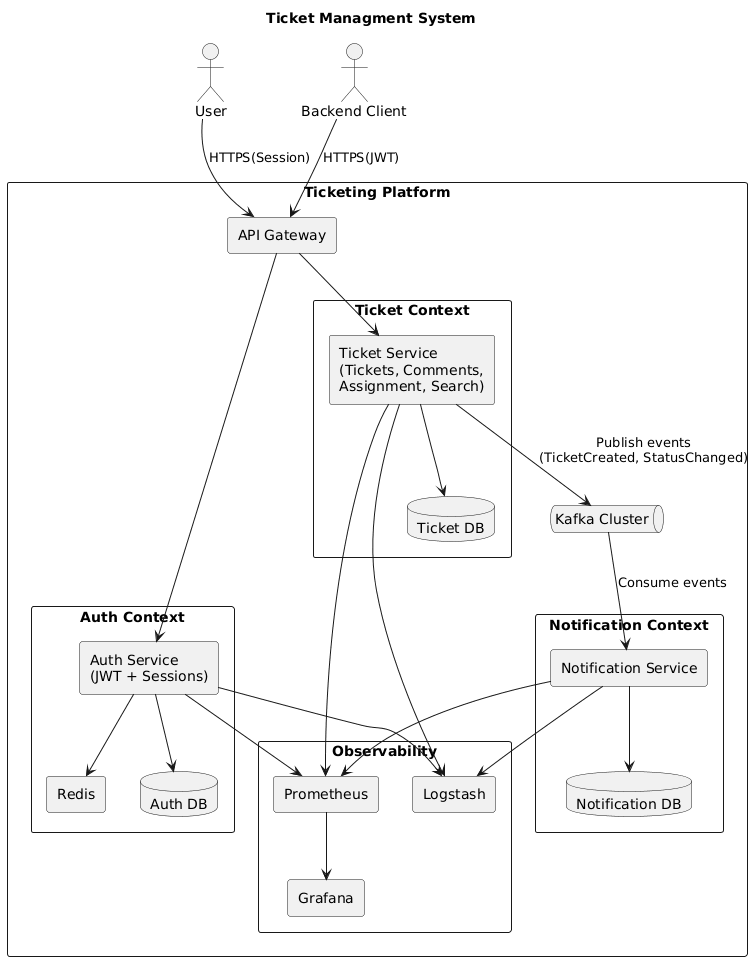
Earlier version of the PlantUML export ArchitecturalDiagrams/images/ArchitecturalDiagramForMVP.png (Development-Team-4/Documentation). Source of this version:
```plantuml
@startuml
title Ticket Managment System

skinparam componentStyle rectangle
skinparam shadowing false
skinparam packageStyle rectangle

actor User
actor "Backend Client" as S2S

rectangle "Ticketing Platform" {

  rectangle "API Gateway" as Gateway

  package "Auth Context" {
    component "Auth Service\n(JWT + Sessions)" as AuthService
    database "Auth DB" as AuthDB
    component "Redis" as Redis
  }

  package "Ticket Context" {
    component "Ticket Service\n(Tickets, Comments,\nAssignment, Search)" as TicketService
    database "Ticket DB" as TicketDB
  }

  package "Notification Context" {
    component "Notification Service" as NotificationService
    database "Notification DB" as NotificationDB
  }

  queue "Kafka Cluster" as Kafka

  package "Observability" {
    component "Logstash"
    component "Prometheus"
    component "Grafana"
  }
}

User --> Gateway : HTTPS(Session)
S2S --> Gateway : HTTPS(JWT)

Gateway --> AuthService
Gateway --> TicketService

AuthService --> AuthDB
AuthService --> Redis

TicketService --> TicketDB
TicketService --> Kafka : Publish events\n(TicketCreated, StatusChanged)

Kafka --> NotificationService : Consume events
NotificationService --> NotificationDB

AuthService --> Logstash
TicketService --> Logstash
NotificationService --> Logstash

AuthService --> Prometheus
TicketService --> Prometheus
NotificationService --> Prometheus

Prometheus --> Grafana
@enduml
```
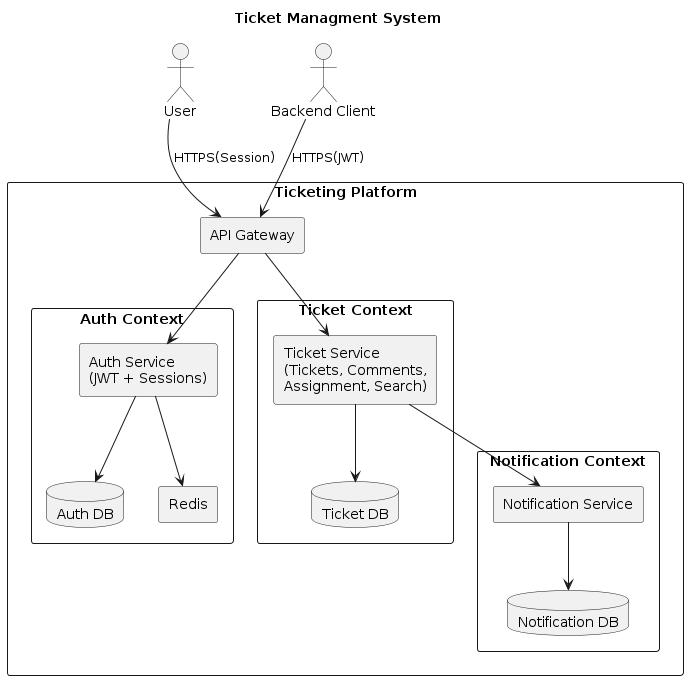
Above is the later version.

Commit message:
docs(architecture): Rename MVP diagram to Plus and add MVP

Change to the diagram source:
```diff
@@ -28,18 +28,11 @@
     database "Notification DB" as NotificationDB
   }
 
-  queue "Kafka Cluster" as Kafka
-
-  package "Observability" {
-    component "Logstash"
-    component "Prometheus"
-    component "Grafana"
-  }
 }
 
 User --> Gateway : HTTPS(Session)
 S2S --> Gateway : HTTPS(JWT)
-
+TicketService --> NotificationService
 Gateway --> AuthService
 Gateway --> TicketService
 
@@ -47,18 +40,6 @@
 AuthService --> Redis
 
 TicketService --> TicketDB
-TicketService --> Kafka : Publish events\n(TicketCreated, StatusChanged)
 
-Kafka --> NotificationService : Consume events
 NotificationService --> NotificationDB
-
-AuthService --> Logstash
-TicketService --> Logstash
-NotificationService --> Logstash
-
-AuthService --> Prometheus
-TicketService --> Prometheus
-NotificationService --> Prometheus
-
-Prometheus --> Grafana
 @enduml
```
